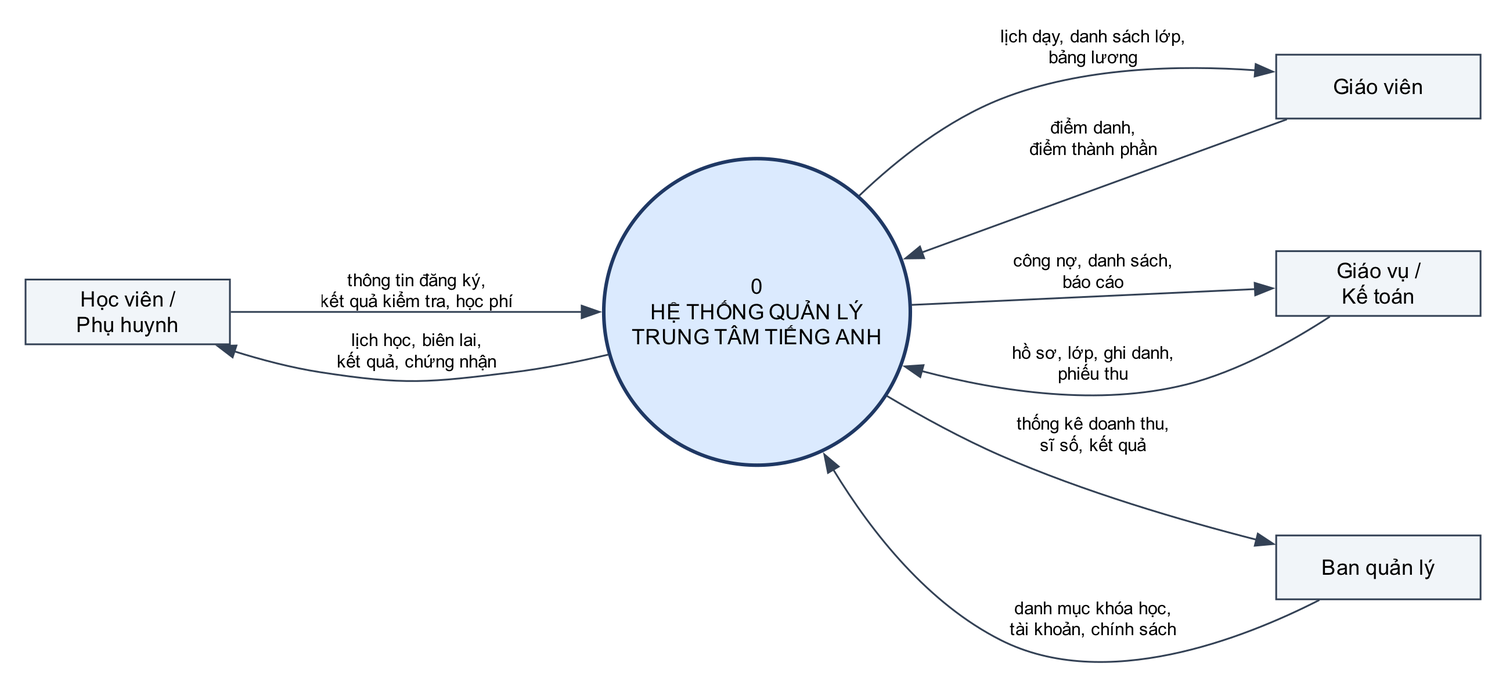
This is docs/report/images/diagrams/dfd_level0.png from nhutruong-uit/imcp, a Graphviz export, as it was before one commit. Its source is kept beside it as docs/report/diagrams/dfd_level0.dot. Its diagram source:
```dot
digraph DFD0 {
  graph [rankdir=LR, fontname="Arial", dpi=220, pad=0.2, nodesep=0.6, ranksep=1.4];
  node  [fontname="Arial", fontsize=12];
  edge  [fontname="Arial", fontsize=10, color="#334155"];
  node [shape=box, style=filled, fillcolor="#F1F5F9", color="#334155", width=1.6];
  HV [label="Học viên /\nPhụ huynh"]; GV [label="Giáo viên"]; NV [label="Giáo vụ /\nKế toán"]; QL [label="Ban quản lý"];
  P0 [label="0\nHỆ THỐNG QUẢN LÝ\nTRUNG TÂM TIẾNG ANH", shape=circle, style=filled, fillcolor="#DBEAFE", color="#1F3864", penwidth=2, width=2.4, fontsize=12];
  HV -> P0 [label="thông tin đăng ký,\nkết quả kiểm tra, học phí"];
  P0 -> HV [label="lịch học, biên lai,\nkết quả, chứng nhận"];
  GV -> P0 [label="điểm danh,\nđiểm thành phần"];
  P0 -> GV [label="lịch dạy, danh sách lớp,\nbảng lương"];
  NV -> P0 [label="hồ sơ, lớp, ghi danh,\nphiếu thu"];
  P0 -> NV [label="công nợ, danh sách,\nbáo cáo"];
  QL -> P0 [label="danh mục khóa học,\ntài khoản, chính sách"];
  P0 -> QL [label="thống kê doanh thu,\nsĩ số, kết quả"];
}
```
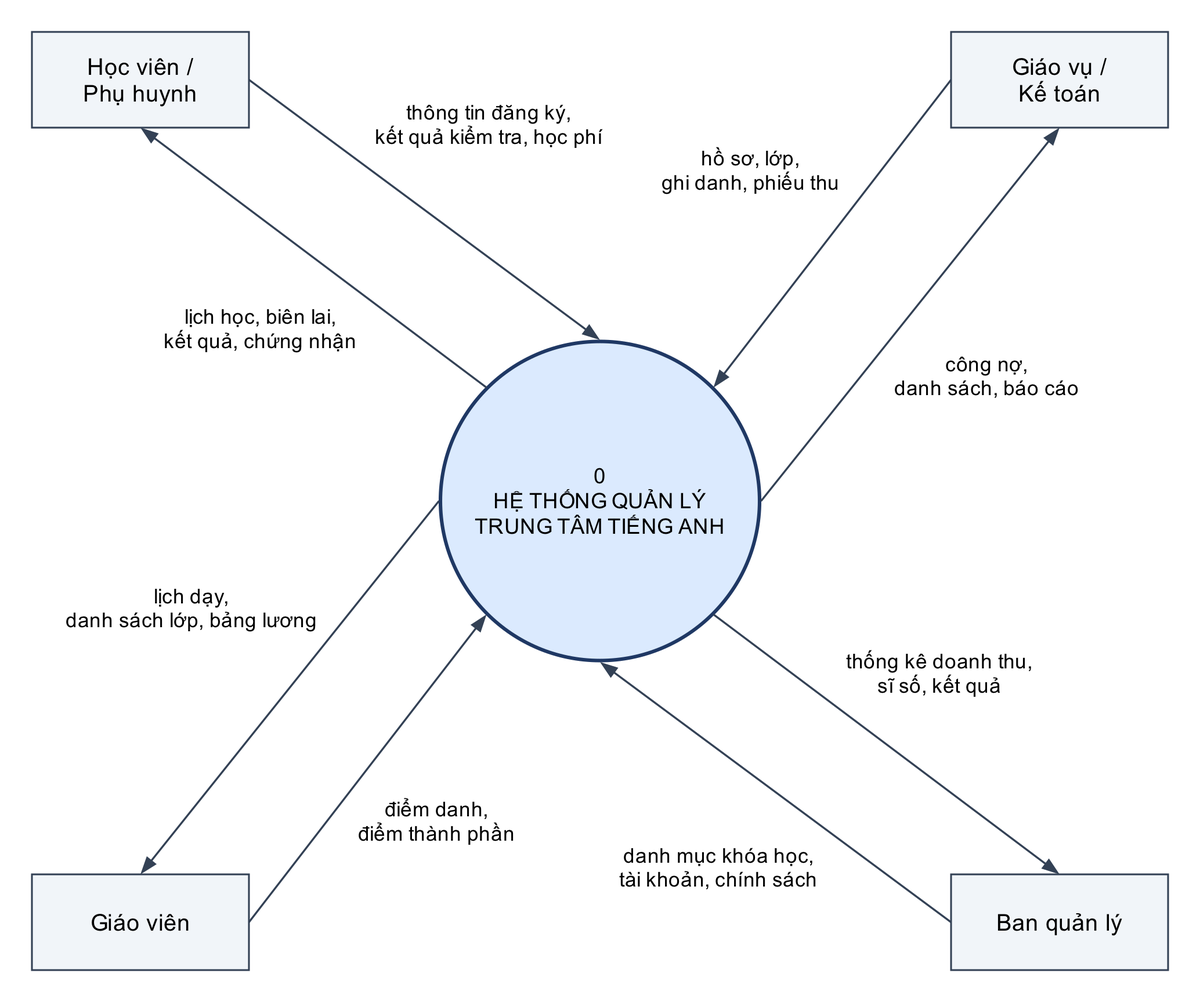
After the change.

The edit, as a diff of the source:
```diff
@@ -1,16 +1,32 @@
 digraph DFD0 {
-  graph [rankdir=LR, fontname="Arial", dpi=220, pad=0.2, nodesep=0.6, ranksep=1.4];
-  node  [fontname="Arial", fontsize=12];
-  edge  [fontname="Arial", fontsize=10, color="#334155"];
-  node [shape=box, style=filled, fillcolor="#F1F5F9", color="#334155", width=1.6];
-  HV [label="Học viên /\nPhụ huynh"]; GV [label="Giáo viên"]; NV [label="Giáo vụ /\nKế toán"]; QL [label="Ban quản lý"];
-  P0 [label="0\nHỆ THỐNG QUẢN LÝ\nTRUNG TÂM TIẾNG ANH", shape=circle, style=filled, fillcolor="#DBEAFE", color="#1F3864", penwidth=2, width=2.4, fontsize=12];
-  HV -> P0 [label="thông tin đăng ký,\nkết quả kiểm tra, học phí"];
-  P0 -> HV [label="lịch học, biên lai,\nkết quả, chứng nhận"];
-  GV -> P0 [label="điểm danh,\nđiểm thành phần"];
-  P0 -> GV [label="lịch dạy, danh sách lớp,\nbảng lương"];
-  NV -> P0 [label="hồ sơ, lớp, ghi danh,\nphiếu thu"];
-  P0 -> NV [label="công nợ, danh sách,\nbáo cáo"];
-  QL -> P0 [label="danh mục khóa học,\ntài khoản, chính sách"];
-  P0 -> QL [label="thống kê doanh thu,\nsĩ số, kết quả"];
+  layout=neato; overlap=true; splines=line; dpi=220; pad=0.25;
+  node [fontname="Arial", fontsize=13];
+  edge [color="#334155", penwidth=1.1, arrowsize=0.8];
+
+  node [shape=box, style=filled, fillcolor="#F1F5F9", color="#334155", fixedsize=true, width=1.7, height=0.75];
+  HV [label="Học viên /\nPhụ huynh", pos="-3.6,3.3!"];
+  NV [label="Giáo vụ /\nKế toán",    pos="3.6,3.3!"];
+  GV [label="Giáo viên",            pos="-3.6,-3.3!"];
+  QL [label="Ban quản lý",          pos="3.6,-3.3!"];
+  P0 [label="0\nHỆ THỐNG QUẢN LÝ\nTRUNG TÂM TIẾNG ANH", shape=circle, fillcolor="#DBEAFE", color="#1F3864", penwidth=2,
+      width=2.5, fontsize=12, pos="0,0!"];
+
+  HV:e -> P0:n;
+  P0:nw -> HV:s;
+  NV:w -> P0:ne;
+  P0:e -> NV:s;
+  QL:w -> P0:s;
+  P0:se -> QL:n;
+  GV:e -> P0:sw;
+  P0:w -> GV:n;
+
+  node [shape=plaintext, style="", fixedsize=false, fontsize=11.5, width=0.1, height=0.1];
+  LHVA [label="thông tin đăng ký,\nkết quả kiểm tra, học phí", pos="-0.87,2.95!"];
+  LHVB [label="lịch học, biên lai,\nkết quả, chứng nhận", pos="-2.66,1.35!"];
+  LNVA [label="hồ sơ, lớp,\nghi danh, phiếu thu", pos="1.18,2.59!"];
+  LNVB [label="công nợ,\ndanh sách, báo cáo", pos="3.03,0.98!"];
+  LQLA [label="danh mục khóa học,\ntài khoản, chính sách", pos="0.93,-2.87!"];
+  LQLB [label="thống kê doanh thu,\nsĩ số, kết quả", pos="2.66,-1.35!"];
+  LGVA [label="điểm danh,\nđiểm thành phần", pos="-1.28,-2.51!"];
+  LGVB [label="lịch dạy,\ndanh sách lớp, bảng lương", pos="-3.20,-0.84!"];
 }
```
